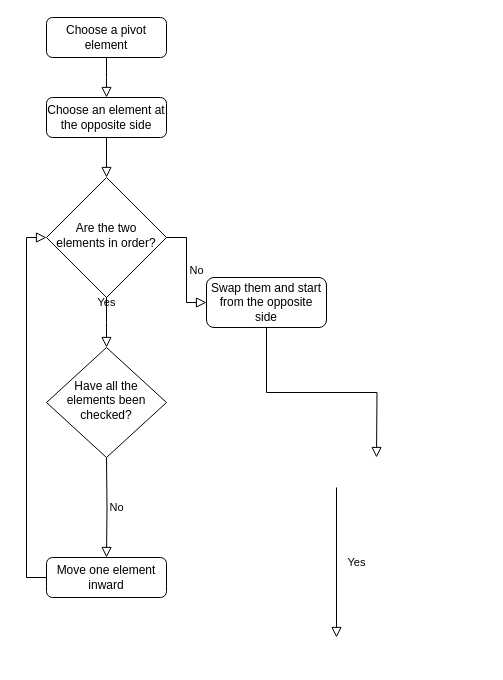
Before: Untitled Diagram.drawio in 9652211/CP2Projects, a draw.io diagram. Source tidied: cells renumbered, new cells numbered last; positions are measured from the earlier drawing's top-left corner, leaving out a move shared by most shapes. Both pictures are drawn from the tidied source at 100%, with x=0, y=0 at pixel (46, 17).
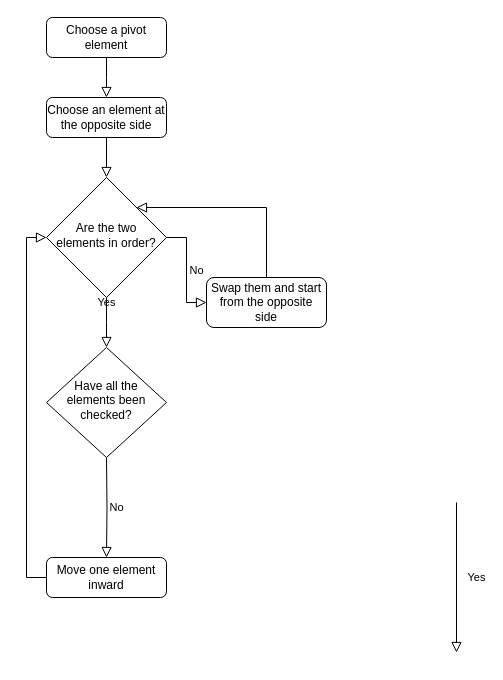
The same diagram, later.

Unchanged cells that the change refers to:
```xml
<mxCell id="6" value="Are the two elements in order?" style="rhombus;whiteSpace=wrap;html=1;shadow=0;fontFamily=Helvetica;fontSize=12;align=center;strokeWidth=1;spacing=6;spacingTop=-4;" parent="1" vertex="1">
  <mxGeometry y="160" width="120" height="120" as="geometry" />
</mxCell>
<mxCell id="7" value="Swap them and start from the opposite side" style="rounded=1;whiteSpace=wrap;html=1;fontSize=12;glass=0;strokeWidth=1;shadow=0;" parent="1" vertex="1">
  <mxGeometry x="160" y="260" width="120" height="50" as="geometry" />
</mxCell>
```

The edit, as a diff of the source:
```diff
@@
-    <mxCell id="12" style="rounded=0;html=1;jettySize=auto;fontSize=11;endArrow=block;endFill=0;endSize=8;strokeWidth=1;shadow=0;labelBackgroundColor=none;edgeStyle=orthogonalEdgeStyle;exitX=0.5;exitY=1;exitDx=0;exitDy=0;" parent="1" edge="1" source="7">
+    <mxCell id="12" style="rounded=0;html=1;jettySize=auto;fontSize=11;endArrow=block;endFill=0;endSize=8;strokeWidth=1;shadow=0;labelBackgroundColor=none;edgeStyle=orthogonalEdgeStyle;entryX=1;entryY=0;entryDx=0;entryDy=0;" parent="1" edge="1" target="6">
       <mxGeometry relative="1" as="geometry">
-        <mxPoint x="330" y="440" as="targetPoint" />
+        <mxPoint x="220" y="260" as="sourcePoint" />
+        <Array as="points">
+          <mxPoint x="220" y="190" />
+        </Array>
       </mxGeometry>
     </mxCell>
@@
     <mxCell id="15" value="Yes" style="rounded=0;html=1;jettySize=auto;orthogonalLoop=1;fontSize=11;endArrow=block;endFill=0;endSize=8;strokeWidth=1;shadow=0;labelBackgroundColor=none;edgeStyle=orthogonalEdgeStyle;exitX=0.5;exitY=1;exitDx=0;exitDy=0;entryX=0.5;entryY=0;entryDx=0;entryDy=0;" parent="1" edge="1">
       <mxGeometry y="20" relative="1" as="geometry">
-        <mxPoint x="290" y="470" as="sourcePoint" />
-        <mxPoint x="290" y="620" as="targetPoint" />
+        <mxPoint x="410" y="485" as="sourcePoint" />
+        <mxPoint x="410" y="635" as="targetPoint" />
       </mxGeometry>
     </mxCell>
```
